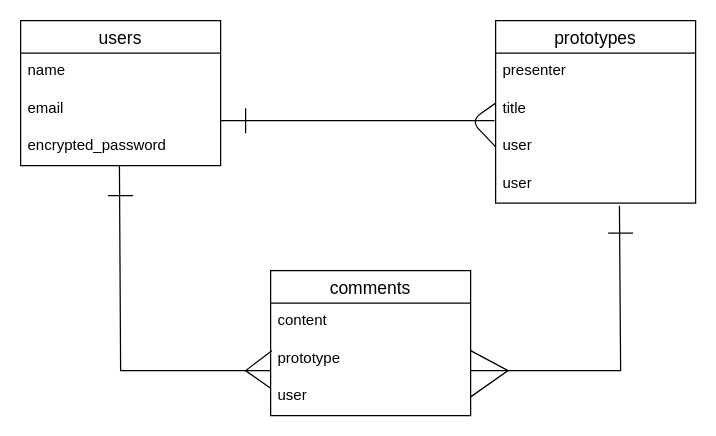
Earlier version of the draw.io diagram test.dio (nariyakitada/imc-pictweet). Source tidied: cells renumbered, new cells numbered last; positions are measured from the earlier drawing's top-left corner, leaving out a move shared by most shapes. Both pictures are drawn from the tidied source at 125%, with x=0, y=0 at pixel (20, 20).
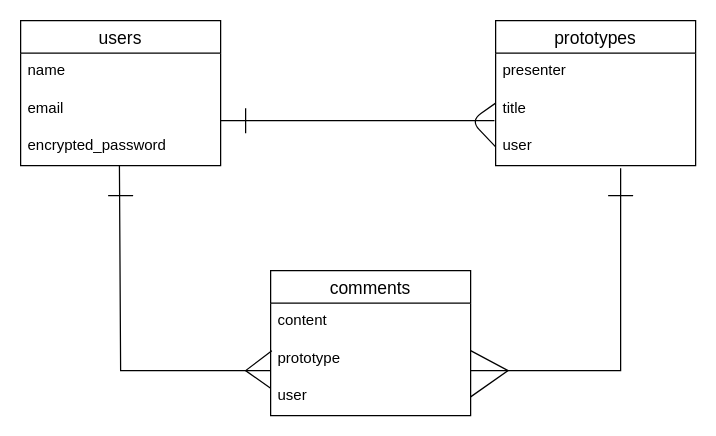
Above is the later version.

Unchanged cells that the change refers to:
```xml
<mxCell id="9" value="user" style="text;strokeColor=none;fillColor=none;spacingLeft=4;spacingRight=4;overflow=hidden;points=[[0,0.5],[1,0.5]];portConstraint=eastwest;fontSize=12;" parent="6" vertex="1">
  <mxGeometry y="86" width="160" height="30" as="geometry" />
</mxCell>
```

Change to the diagram source:
```diff
@@
     <mxCell id="6" value="prototypes" style="swimlane;fontStyle=0;horizontal=1;startSize=26;align=center;fontSize=14;" parent="1" vertex="1">
-      <mxGeometry x="380" width="160" height="146" as="geometry" />
+      <mxGeometry x="380" width="160" height="116" as="geometry" />
     </mxCell>
@@
-    <mxCell id="10" value="user" style="text;strokeColor=none;fillColor=none;spacingLeft=4;spacingRight=4;overflow=hidden;points=[[0,0.5],[1,0.5]];portConstraint=eastwest;fontSize=12;" parent="6" vertex="1">
-      <mxGeometry y="116" width="160" height="30" as="geometry" />
-    </mxCell>
@@
-    <mxCell id="21" style="endArrow=none;html=1;rounded=0;entryX=0.619;entryY=1.067;entryDx=0;entryDy=0;entryPerimeter=0;" parent="1" edge="1" target="10">
+    <mxCell id="21" style="endArrow=none;html=1;rounded=0;entryX=0.625;entryY=1.067;entryDx=0;entryDy=0;entryPerimeter=0;" parent="1" edge="1" target="9">
       <mxGeometry relative="1" as="geometry">
         <mxPoint x="360" y="280" as="sourcePoint" />
         <Array as="points">
           <mxPoint x="480" y="280" />
         </Array>
       </mxGeometry>
     </mxCell>
     <mxCell id="22" style="endArrow=none;html=1;rounded=0;" parent="1" edge="1">
       <mxGeometry relative="1" as="geometry">
-        <mxPoint x="470" y="170" as="sourcePoint" />
-        <mxPoint x="490" y="170" as="targetPoint" />
+        <mxPoint x="470" y="140" as="sourcePoint" />
+        <mxPoint x="490" y="140" as="targetPoint" />
       </mxGeometry>
     </mxCell>
```
